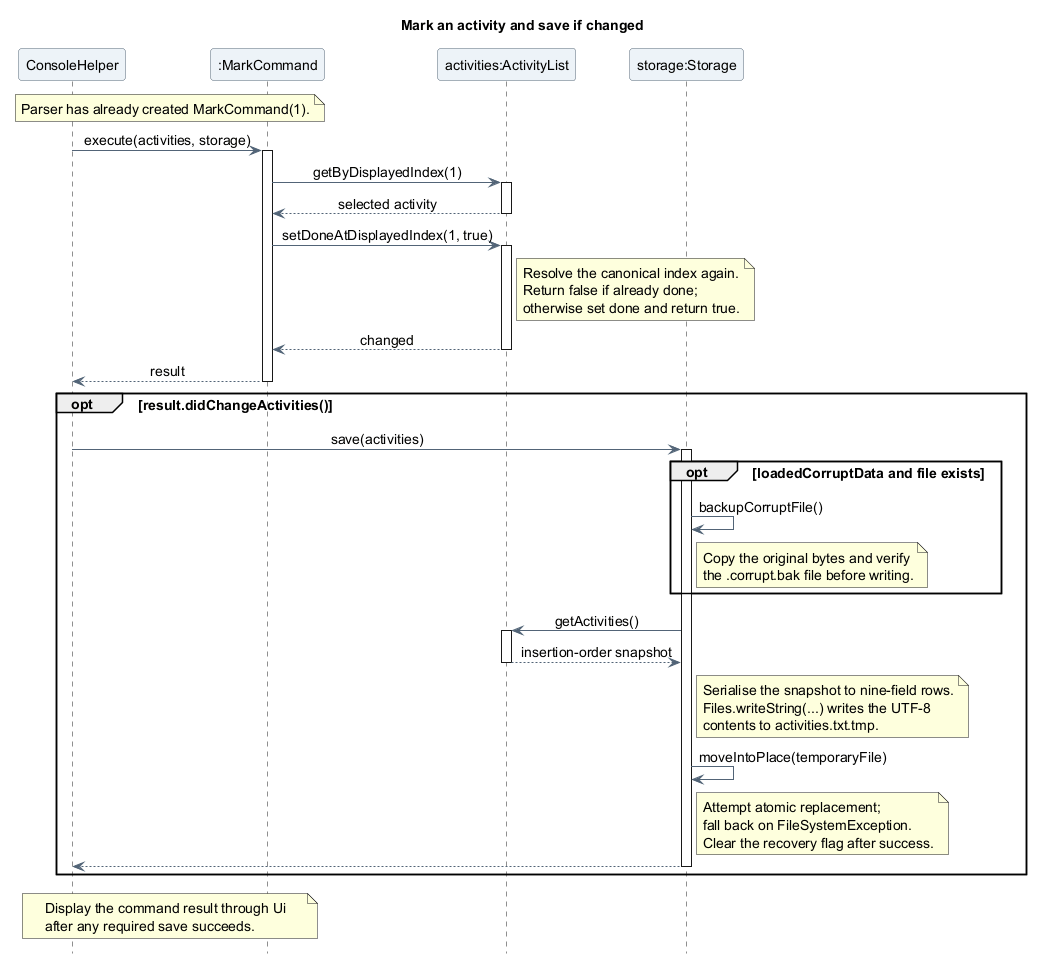
This is docs/images/oliver/sequence/CompletionAndSaveSequence.png from AY2627S1-CS2113-T10-4/tp, a PlantUML export, as it was before one commit.
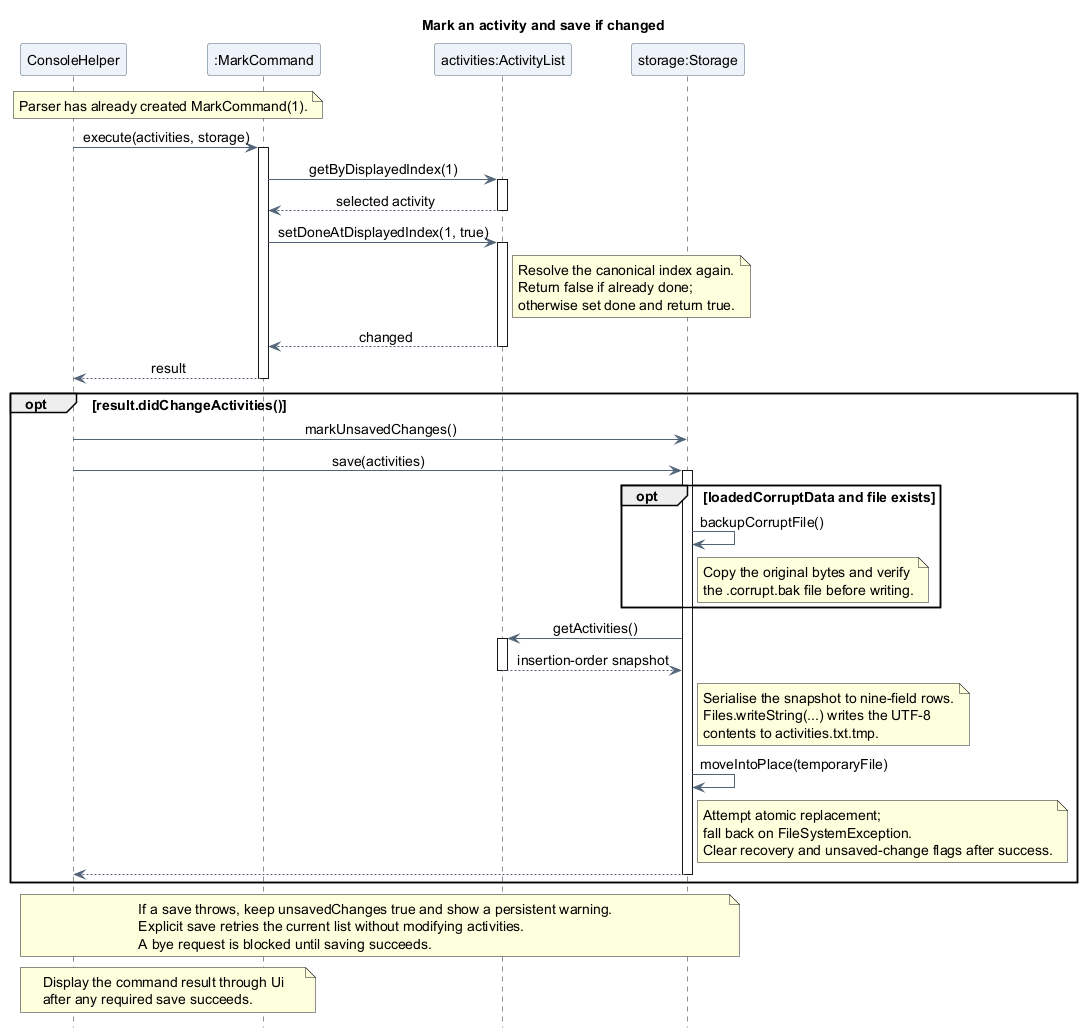
The same diagram one commit later.

The edit, as a diff of the source:
```diff
@@ -37,6 +37,7 @@
 deactivate Mark
 
 opt result.didChangeActivities()
+  Console -> Storage : markUnsavedChanges()
   Console -> Storage : save(activities)
   activate Storage
   opt loadedCorruptData and file exists
@@ -59,11 +60,16 @@
   note right of Storage
     Attempt atomic replacement;
     fall back on FileSystemException.
-    Clear the recovery flag after success.
+    Clear recovery and unsaved-change flags after success.
   end note
   Storage --> Console
   deactivate Storage
 end
+note over Console, Storage
+  If a save throws, keep unsavedChanges true and show a persistent warning.
+  Explicit save retries the current list without modifying activities.
+  A bye request is blocked until saving succeeds.
+end note
 note over Console, Mark
   Display the command result through Ui
   after any required save succeeds.
```
